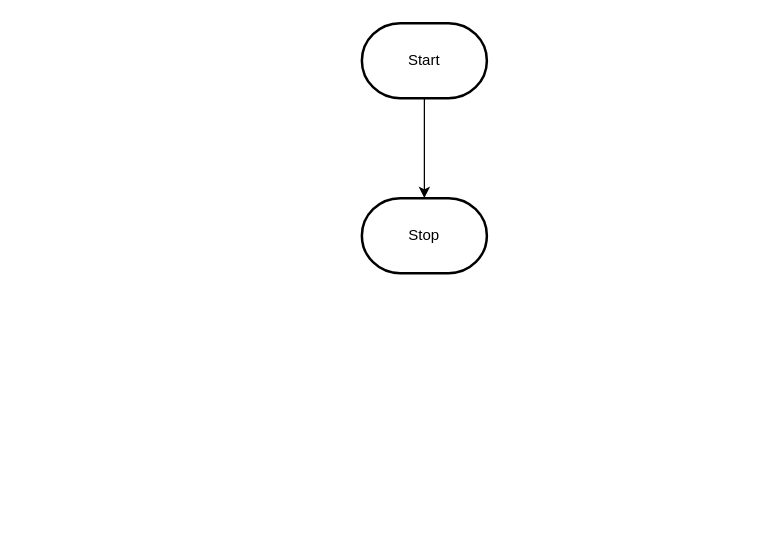
Before: design/flowchart.drawio in MTHS-TEJ2O-1-2023/TEJ2O-Unit-2-16-olmes-leon, a draw.io diagram. Source tidied: cells renumbered, new cells numbered last; positions are measured from the earlier drawing's top-left corner, leaving out a move shared by most shapes. Both pictures are drawn from the tidied source at 125%, with x=0, y=0 at pixel (361, 22).
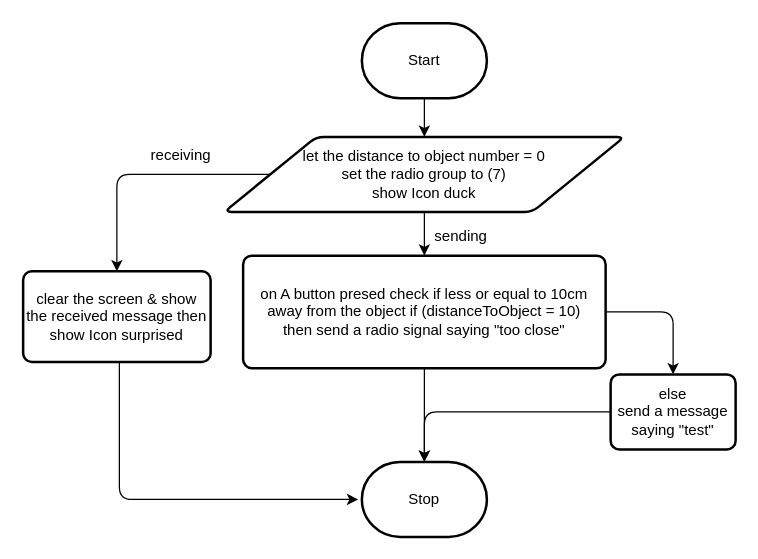
The same page after the edit.

Diff of the diagram source:
```diff
@@
 <mxGraphModel>
   <root>
     <mxCell id="0" />
     <mxCell id="1" parent="0" />
-    <mxCell id="2" style="edgeStyle=orthogonalEdgeStyle;html=1;rounded=0;" parent="1" edge="1" source="3" target="4">
-      <mxGeometry relative="1" as="geometry" />
-    </mxCell>
+    <mxCell id="5" style="edgeStyle=none;html=1;" parent="1" edge="1" source="3" target="2">
+      <mxGeometry relative="1" as="geometry" />
+    </mxCell>
     <mxCell id="3" value="Start" style="strokeWidth=2;html=1;shape=mxgraph.flowchart.terminator;whiteSpace=wrap;" parent="1" vertex="1">
       <mxGeometry width="100" height="60" as="geometry" />
     </mxCell>
     <mxCell id="4" value="Stop" style="strokeWidth=2;html=1;shape=mxgraph.flowchart.terminator;whiteSpace=wrap;" parent="1" vertex="1">
-      <mxGeometry y="140" width="100" height="60" as="geometry" />
+      <mxGeometry y="351" width="100" height="60" as="geometry" />
     </mxCell>
+    <mxCell id="6" style="edgeStyle=orthogonalEdgeStyle;html=1;" parent="1" edge="1" source="2" target="10">
+      <mxGeometry relative="1" as="geometry" />
+    </mxCell>
+    <mxCell id="7" style="edgeStyle=orthogonalEdgeStyle;html=1;entryX=0.5;entryY=0;entryDx=0;entryDy=0;" parent="1" edge="1" source="2" target="14">
+      <mxGeometry relative="1" as="geometry" />
+    </mxCell>
+    <mxCell id="2" value="&lt;div&gt;let the distance to object number = 0&lt;/div&gt;&lt;div&gt;set the radio group to (7)&lt;/div&gt;&lt;div&gt;show Icon duck&lt;br&gt;&lt;/div&gt;" style="shape=parallelogram;html=1;strokeWidth=2;perimeter=parallelogramPerimeter;whiteSpace=wrap;rounded=1;arcSize=12;size=0.23;" parent="1" vertex="1">
+      <mxGeometry x="-110" y="91" width="320" height="60" as="geometry" />
+    </mxCell>
+    <mxCell id="8" style="edgeStyle=orthogonalEdgeStyle;html=1;" parent="1" edge="1" source="10" target="12">
+      <mxGeometry relative="1" as="geometry" />
+    </mxCell>
+    <mxCell id="9" style="edgeStyle=orthogonalEdgeStyle;html=1;entryX=0.5;entryY=0;entryDx=0;entryDy=0;entryPerimeter=0;" parent="1" edge="1" source="10" target="4">
+      <mxGeometry relative="1" as="geometry" />
+    </mxCell>
+    <mxCell id="10" value="on A button presed check&amp;nbsp;if less or equal to 10cm away from the object if (distanceToObject = 10)&lt;br&gt;then send a radio signal saying &quot;too close&quot;" style="rounded=1;whiteSpace=wrap;html=1;absoluteArcSize=1;arcSize=14;strokeWidth=2;" parent="1" vertex="1">
+      <mxGeometry x="-95" y="186" width="290" height="90" as="geometry" />
+    </mxCell>
+    <mxCell id="11" style="edgeStyle=orthogonalEdgeStyle;html=1;" parent="1" edge="1" source="12" target="4">
+      <mxGeometry relative="1" as="geometry" />
+    </mxCell>
+    <mxCell id="12" value="else&lt;br&gt;send a message saying &quot;test&quot;" style="rounded=1;whiteSpace=wrap;html=1;absoluteArcSize=1;arcSize=14;strokeWidth=2;" parent="1" vertex="1">
+      <mxGeometry x="199" y="281" width="100" height="60" as="geometry" />
+    </mxCell>
+    <mxCell id="13" style="edgeStyle=orthogonalEdgeStyle;html=1;entryX=0;entryY=0.5;entryDx=0;entryDy=0;entryPerimeter=0;" parent="1" edge="1">
+      <mxGeometry relative="1" as="geometry">
+        <mxPoint x="-194" y="263.5" as="sourcePoint" />
+        <mxPoint x="-3" y="381" as="targetPoint" />
+        <Array as="points">
+          <mxPoint x="-194" y="381" />
+        </Array>
+      </mxGeometry>
+    </mxCell>
+    <mxCell id="14" value="clear the screen &amp;amp; show the received message then show Icon surprised" style="rounded=1;whiteSpace=wrap;html=1;absoluteArcSize=1;arcSize=14;strokeWidth=2;" parent="1" vertex="1">
+      <mxGeometry x="-271" y="198.5" width="150" height="72.5" as="geometry" />
+    </mxCell>
+    <mxCell id="15" value="receiving" style="text;html=1;align=center;verticalAlign=middle;strokeColor=none;fillColor=none;" parent="1" vertex="1">
+      <mxGeometry x="-180" y="91" width="70" height="30" as="geometry" />
+    </mxCell>
+    <mxCell id="16" value="sending" style="text;html=1;align=center;verticalAlign=middle;strokeColor=none;fillColor=none;" parent="1" vertex="1">
+      <mxGeometry x="44" y="156" width="70" height="30" as="geometry" />
+    </mxCell>
   </root>
 </mxGraphModel>
```
